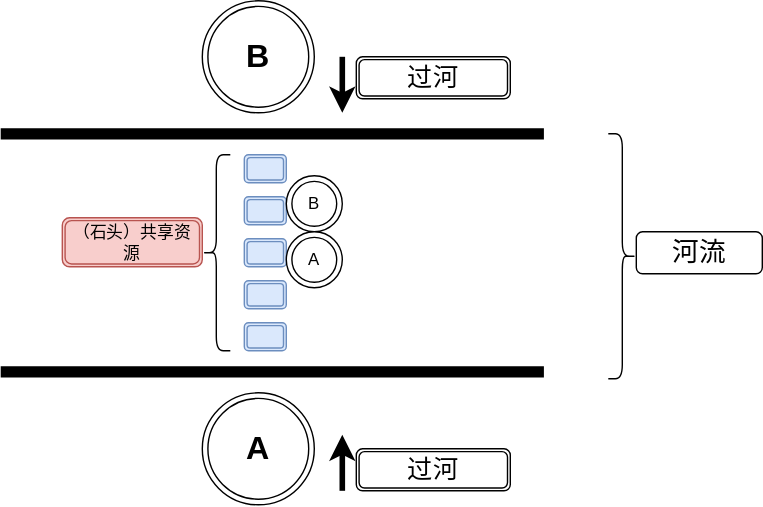
Earlier version of the draw.io export 操作系统/死锁.svg (shenbeipiao/Reading-notes). Source tidied: cells renumbered, new cells last; positions are measured from the earlier drawing's top-left corner, leaving out a move shared by most shapes.
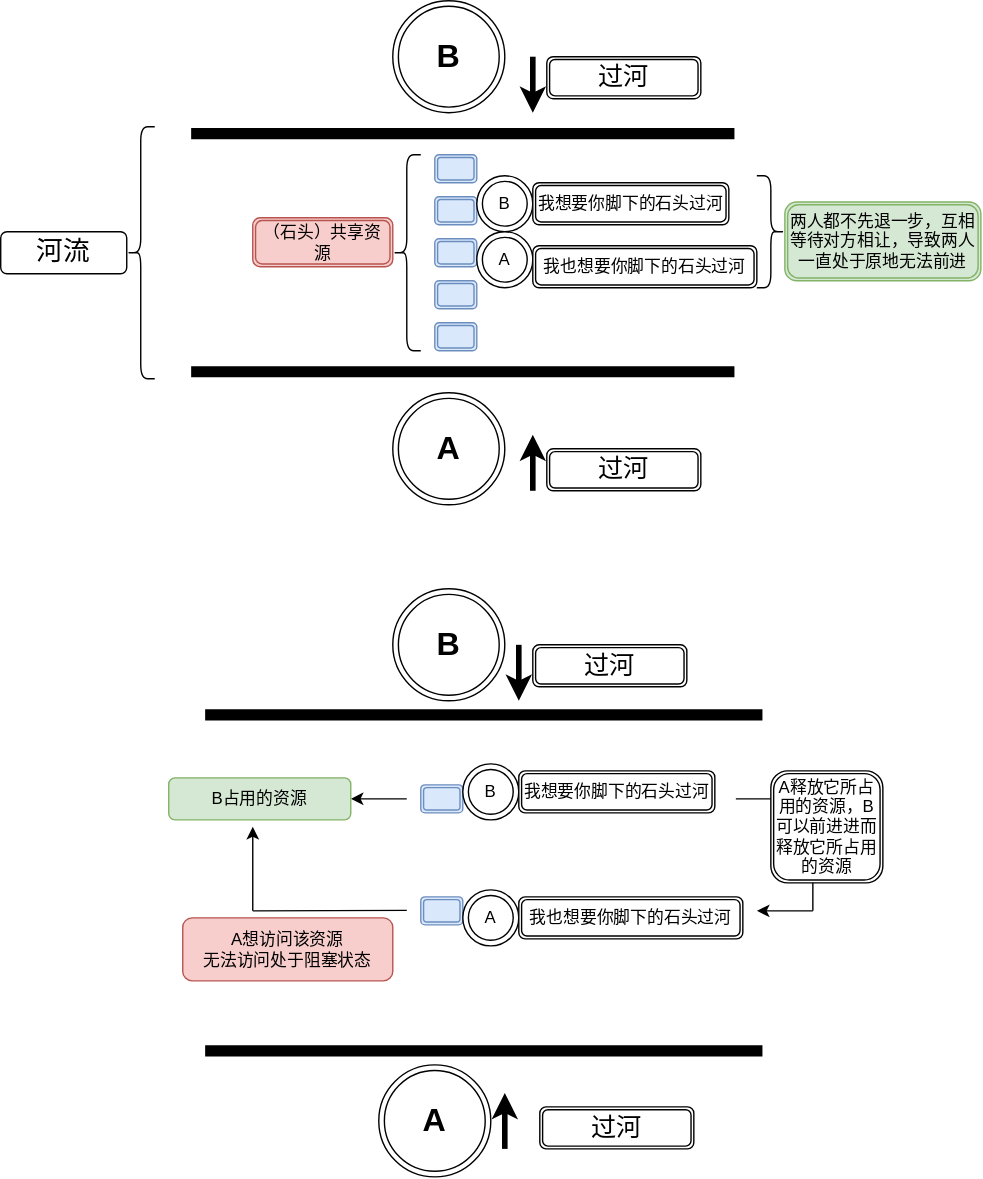
The same file after the commit.

Change to the diagram source:
```diff
@@ -39,11 +39,8 @@
       </mxGeometry>
     </mxCell>
     <mxCell id="12" value="&lt;font style=&quot;font-size: 19px;&quot;&gt;河流&lt;/font&gt;" style="rounded=1;whiteSpace=wrap;html=1;" parent="1" vertex="1">
-      <mxGeometry x="450" y="165" width="90" height="30" as="geometry" />
+      <mxGeometry x="-140" y="165" width="90" height="30" as="geometry" />
     </mxCell>
-    <mxCell id="13" style="shape=curlyBracket;whiteSpace=wrap;html=1;rounded=1;flipH=1;labelPosition=right;verticalLabelPosition=middle;align=left;verticalAlign=middle;" parent="1" vertex="1">
-      <mxGeometry x="430" y="95" width="20" height="175" as="geometry" />
-    </mxCell>
     <mxCell id="14" style="shape=curlyBracket;whiteSpace=wrap;html=1;rounded=1;labelPosition=left;verticalLabelPosition=middle;align=right;verticalAlign=middle;" parent="1" vertex="1">
       <mxGeometry x="140" y="110" width="20" height="140" as="geometry" />
     </mxCell>
@@ -62,5 +59,110 @@
     <mxCell id="19" value="A" style="ellipse;shape=doubleEllipse;whiteSpace=wrap;html=1;" parent="1" vertex="1">
       <mxGeometry x="200" y="165" width="40" height="40" as="geometry" />
     </mxCell>
+    <mxCell id="20" value="我想要你脚下的石头过河" style="shape=ext;double=1;rounded=1;whiteSpace=wrap;html=1;" parent="1" vertex="1">
+      <mxGeometry x="240" y="130" width="140" height="30" as="geometry" />
+    </mxCell>
+    <mxCell id="21" value="我也想要你脚下的石头过河" style="shape=ext;double=1;rounded=1;whiteSpace=wrap;html=1;" parent="1" vertex="1">
+      <mxGeometry x="240" y="175" width="160" height="30" as="geometry" />
+    </mxCell>
+    <mxCell id="22" style="shape=curlyBracket;whiteSpace=wrap;html=1;rounded=1;labelPosition=left;verticalLabelPosition=middle;align=right;verticalAlign=middle;" parent="1" vertex="1">
+      <mxGeometry x="-50" y="90" width="20" height="180" as="geometry" />
+    </mxCell>
+    <mxCell id="23" style="shape=curlyBracket;whiteSpace=wrap;html=1;rounded=1;flipH=1;labelPosition=right;verticalLabelPosition=middle;align=left;verticalAlign=middle;" parent="1" vertex="1">
+      <mxGeometry x="400" y="125" width="20" height="80" as="geometry" />
+    </mxCell>
+    <mxCell id="24" value="两人都不先退一步，互相等待对方相让，导致两人一直处于原地无法前进" style="shape=ext;double=1;rounded=1;whiteSpace=wrap;html=1;fillColor=#d5e8d4;strokeColor=#82b366;" parent="1" vertex="1">
+      <mxGeometry x="420" y="143.8" width="140" height="56.2" as="geometry" />
+    </mxCell>
+    <mxCell id="25" style="shape=ext;double=1;rounded=1;whiteSpace=wrap;html=1;fillColor=#dae8fc;strokeColor=#6c8ebf;" parent="1" vertex="1">
+      <mxGeometry x="160" y="560" width="30" height="20" as="geometry" />
+    </mxCell>
+    <mxCell id="26" style="shape=ext;double=1;rounded=1;whiteSpace=wrap;html=1;fillColor=#dae8fc;strokeColor=#6c8ebf;" parent="1" vertex="1">
+      <mxGeometry x="160" y="640" width="30" height="20" as="geometry" />
+    </mxCell>
+    <mxCell id="27" value="&lt;b&gt;&lt;font style=&quot;font-size: 23px;&quot;&gt;A&lt;/font&gt;&lt;/b&gt;" style="ellipse;shape=doubleEllipse;whiteSpace=wrap;html=1;" parent="1" vertex="1">
+      <mxGeometry x="130" y="760" width="80" height="80" as="geometry" />
+    </mxCell>
+    <mxCell id="28" style="endArrow=classic;html=1;rounded=0;strokeWidth=4;" parent="1" edge="1">
+      <mxGeometry relative="1" as="geometry">
+        <mxPoint x="230" y="460" as="sourcePoint" />
+        <mxPoint x="230" y="500" as="targetPoint" />
+      </mxGeometry>
+    </mxCell>
+    <mxCell id="29" style="endArrow=classic;html=1;rounded=0;strokeWidth=4;" parent="1" edge="1">
+      <mxGeometry relative="1" as="geometry">
+        <mxPoint x="220" y="820" as="sourcePoint" />
+        <mxPoint x="220" y="780" as="targetPoint" />
+      </mxGeometry>
+    </mxCell>
+    <mxCell id="30" value="&lt;font style=&quot;font-size: 18px;&quot;&gt;过河&lt;/font&gt;" style="shape=ext;double=1;rounded=1;whiteSpace=wrap;html=1;" parent="1" vertex="1">
+      <mxGeometry x="240" y="460" width="110" height="30" as="geometry" />
+    </mxCell>
+    <mxCell id="31" value="&lt;font style=&quot;font-size: 18px;&quot;&gt;过河&lt;/font&gt;" style="shape=ext;double=1;rounded=1;whiteSpace=wrap;html=1;" parent="1" vertex="1">
+      <mxGeometry x="245" y="790" width="110" height="30" as="geometry" />
+    </mxCell>
+    <mxCell id="32" value="B" style="ellipse;shape=doubleEllipse;whiteSpace=wrap;html=1;" parent="1" vertex="1">
+      <mxGeometry x="190" y="545" width="40" height="40" as="geometry" />
+    </mxCell>
+    <mxCell id="33" value="A" style="ellipse;shape=doubleEllipse;whiteSpace=wrap;html=1;" parent="1" vertex="1">
+      <mxGeometry x="190" y="635" width="40" height="40" as="geometry" />
+    </mxCell>
+    <mxCell id="34" value="我想要你脚下的石头过河" style="shape=ext;double=1;rounded=1;whiteSpace=wrap;html=1;" parent="1" vertex="1">
+      <mxGeometry x="230" y="550" width="140" height="30" as="geometry" />
+    </mxCell>
+    <mxCell id="35" style="shape=partialRectangle;whiteSpace=wrap;html=1;left=0;right=0;fillColor=none;strokeWidth=8;" parent="1" vertex="1">
+      <mxGeometry x="10" y="510" width="390" height="240" as="geometry" />
+    </mxCell>
+    <mxCell id="36" value="&lt;b&gt;&lt;font style=&quot;font-size: 23px;&quot;&gt;B&lt;/font&gt;&lt;/b&gt;" style="ellipse;shape=doubleEllipse;whiteSpace=wrap;html=1;" parent="1" vertex="1">
+      <mxGeometry x="140" y="420" width="80" height="80" as="geometry" />
+    </mxCell>
+    <mxCell id="37" value="我也想要你脚下的石头过河" style="shape=ext;double=1;rounded=1;whiteSpace=wrap;html=1;" parent="1" vertex="1">
+      <mxGeometry x="230" y="640" width="160" height="30" as="geometry" />
+    </mxCell>
+    <mxCell id="38" style="endArrow=classic;html=1;rounded=0;" parent="1" edge="1">
+      <mxGeometry relative="1" as="geometry">
+        <mxPoint x="150" y="570" as="sourcePoint" />
+        <mxPoint x="110" y="570" as="targetPoint" />
+      </mxGeometry>
+    </mxCell>
+    <mxCell id="39" value="B占用的资源" style="rounded=1;whiteSpace=wrap;html=1;fillColor=#d5e8d4;strokeColor=#82b366;" parent="1" vertex="1">
+      <mxGeometry x="-20" y="555" width="130" height="30" as="geometry" />
+    </mxCell>
+    <mxCell id="40" style="endArrow=none;html=1;rounded=0;" parent="1" edge="1">
+      <mxGeometry relative="1" as="geometry">
+        <mxPoint x="40" y="650" as="sourcePoint" />
+        <mxPoint x="150" y="649.7" as="targetPoint" />
+      </mxGeometry>
+    </mxCell>
+    <mxCell id="41" style="endArrow=classic;html=1;rounded=0;" parent="1" edge="1">
+      <mxGeometry relative="1" as="geometry">
+        <mxPoint x="40" y="650" as="sourcePoint" />
+        <mxPoint x="40" y="590" as="targetPoint" />
+      </mxGeometry>
+    </mxCell>
+    <mxCell id="42" value="A想访问该资源&lt;br&gt;无法访问处于阻塞状态" style="rounded=1;whiteSpace=wrap;html=1;fillColor=#f8cecc;strokeColor=#b85450;" parent="1" vertex="1">
+      <mxGeometry x="-10" y="655" width="150" height="45" as="geometry" />
+    </mxCell>
+    <mxCell id="43" style="endArrow=none;html=1;rounded=0;" parent="1" edge="1">
+      <mxGeometry relative="1" as="geometry">
+        <mxPoint x="385" y="570" as="sourcePoint" />
+        <mxPoint x="440" y="570" as="targetPoint" />
+      </mxGeometry>
+    </mxCell>
+    <mxCell id="44" style="endArrow=none;html=1;rounded=0;" parent="1" edge="1">
+      <mxGeometry relative="1" as="geometry">
+        <mxPoint x="440" y="650" as="sourcePoint" />
+        <mxPoint x="440" y="570" as="targetPoint" />
+      </mxGeometry>
+    </mxCell>
+    <mxCell id="45" style="endArrow=classic;html=1;rounded=0;" parent="1" edge="1">
+      <mxGeometry relative="1" as="geometry">
+        <mxPoint x="440" y="650" as="sourcePoint" />
+        <mxPoint x="400" y="650" as="targetPoint" />
+      </mxGeometry>
+    </mxCell>
+    <mxCell id="46" value="A释放它所占用的资源，B可以前进进而释放它所占用的资源" style="shape=ext;double=1;rounded=1;whiteSpace=wrap;html=1;" parent="1" vertex="1">
+      <mxGeometry x="410" y="550" width="80" height="80" as="geometry" />
+    </mxCell>
   </root>
 </mxGraphModel>
```
